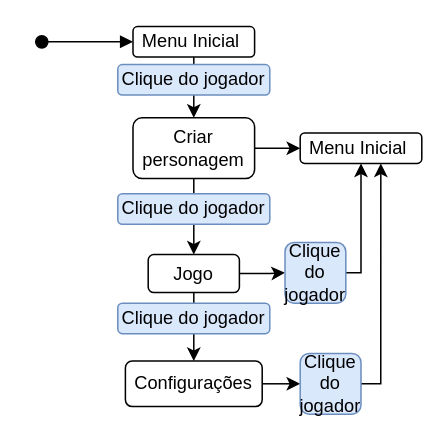
MagdyelDev/diagramaderequisitos keeps this draw.io diagram as page "Página-3" (3 of 4) of Diagramaaula.drawio. Above is the earlier version. Source tidied: cells renumbered, new cells numbered last; positions are measured from the earlier drawing's top-left corner, leaving out a move shared by most shapes. Both pictures are drawn from the tidied source at 152%, with x=0, y=0 at pixel (41, 26).
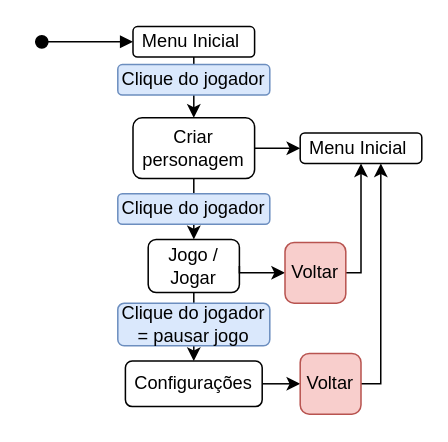
The same page after the edit.

What changed in the source:
```diff
@@
-    <mxCell id="10" value="Jogo" style="rounded=1;whiteSpace=wrap;html=1;" parent="1" vertex="1">
-      <mxGeometry x="70" y="150" width="60" height="25" as="geometry" />
+    <mxCell id="10" value="Jogo / Jogar" style="rounded=1;whiteSpace=wrap;html=1;" parent="1" vertex="1">
+      <mxGeometry x="70" y="140" width="60" height="35" as="geometry" />
     </mxCell>
@@
-    <mxCell id="17" value="Clique do jogador" style="rounded=1;whiteSpace=wrap;html=1;fillColor=#dae8fc;strokeColor=#6c8ebf;" parent="1" vertex="1">
-      <mxGeometry x="50" y="182" width="100" height="20" as="geometry" />
+    <mxCell id="17" value="Clique do jogador = pausar jogo" style="rounded=1;whiteSpace=wrap;html=1;fillColor=#dae8fc;strokeColor=#6c8ebf;" parent="1" vertex="1">
+      <mxGeometry x="50" y="182" width="100" height="28" as="geometry" />
     </mxCell>
     <mxCell id="18" style="edgeStyle=orthogonalEdgeStyle;rounded=0;jettySize=auto;html=1;exitX=1;exitY=0.5;exitDx=0;exitDy=0;" parent="1" edge="1" source="10" target="19">
-      <mxGeometry relative="1" as="geometry" />
+      <mxGeometry relative="1" as="geometry">
+        <Array as="points">
+          <mxPoint x="130" y="162" />
+        </Array>
+      </mxGeometry>
     </mxCell>
-    <mxCell id="19" value="Clique do jogador" style="rounded=1;whiteSpace=wrap;html=1;fillColor=#dae8fc;strokeColor=#6c8ebf;" parent="1" vertex="1">
+    <mxCell id="19" value="Voltar" style="rounded=1;whiteSpace=wrap;html=1;fillColor=#f8cecc;strokeColor=#b85450;" parent="1" vertex="1">
       <mxGeometry x="160" y="142" width="40" height="40" as="geometry" />
     </mxCell>
-    <mxCell id="20" value="Clique do jogador" style="rounded=1;whiteSpace=wrap;html=1;fillColor=#dae8fc;strokeColor=#6c8ebf;" parent="1" vertex="1">
+    <mxCell id="20" value="Voltar" style="rounded=1;whiteSpace=wrap;html=1;fillColor=#f8cecc;strokeColor=#b85450;" parent="1" vertex="1">
       <mxGeometry x="170" y="215" width="40" height="40" as="geometry" />
     </mxCell>
```
